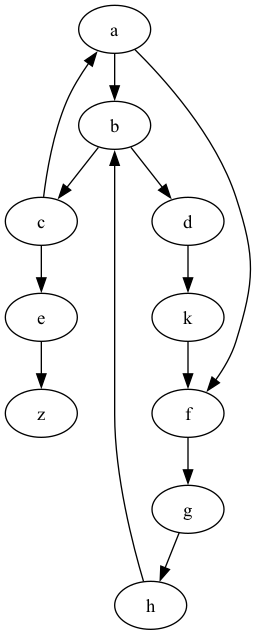
Earlier version of the Graphviz export sample.png (johnmitchelll/CSE464_2025_jmmitc15). Its source is kept beside it as sample.dot.
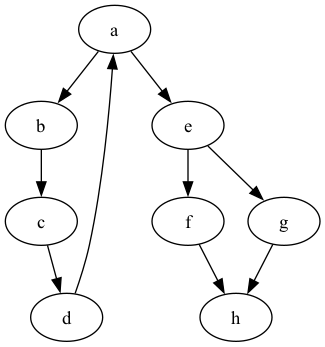
Above is the later version.

The edit, as a diff of the source:
```diff
@@ -1,20 +1,11 @@
-digraph G {
+digraph {
     a -> b;
-    a -> f;
-
     b -> c;
-    b -> d;
-
-    c -> e;
-    c -> a;
-
-    d -> k;
-
-    e -> z;
-
-    f -> g;
+    c -> d;
+    d -> a;
+    a -> e;
+    e -> f;
+    e -> g;
+    f -> h;
     g -> h;
-    h -> b;
-
-    k -> f;
 }
```
